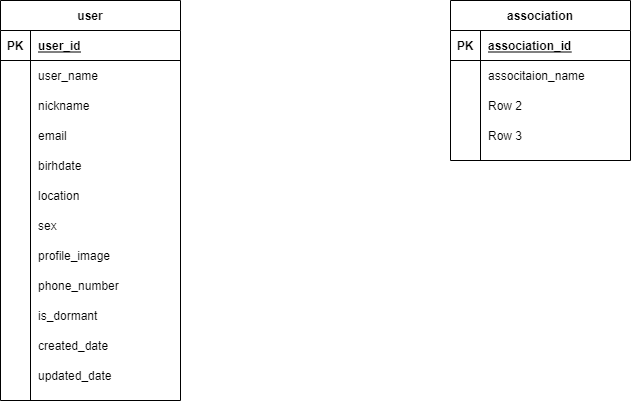
Earlier version of the draw.io export Untitled Diagram.drawio.png (CYC0227/lab). Source tidied: cells renumbered, new cells last; positions are measured from the earlier drawing's top-left corner, leaving out a move shared by most shapes.
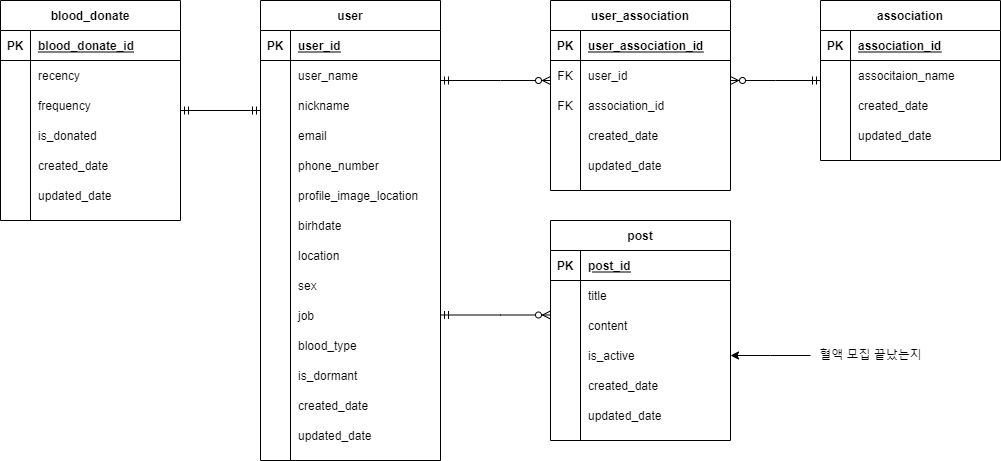
Above is the later version.

What changed in the source:
```diff
@@ -5,3 +5,3 @@
     <mxCell id="2" value="user" style="shape=table;startSize=30;rowLines=0;fontStyle=1;align=center;" parent="1" vertex="1">
-      <mxGeometry width="180" height="400" as="geometry" />
+      <mxGeometry width="180" height="460" as="geometry" />
     </mxCell>
@@ -43,4 +43,22 @@
     </mxCell>
+    <mxCell id="27" style="shape=partialRectangle;fillColor=none;top=0;left=0;bottom=0;right=0;" parent="2" vertex="1">
+      <mxGeometry y="150" width="180" height="30" as="geometry" />
+    </mxCell>
+    <mxCell id="28" style="shape=partialRectangle;fillColor=none;top=0;left=0;bottom=0;right=0;overflow=hidden;" parent="27" vertex="1">
+      <mxGeometry width="30" height="30" as="geometry" />
+    </mxCell>
+    <mxCell id="29" value="phone_number" style="shape=partialRectangle;fillColor=none;top=0;left=0;bottom=0;right=0;align=left;spacingLeft=6;overflow=hidden;" parent="27" vertex="1">
+      <mxGeometry x="30" width="150" height="30" as="geometry" />
+    </mxCell>
+    <mxCell id="24" style="shape=partialRectangle;fillColor=none;top=0;left=0;bottom=0;right=0;" parent="2" vertex="1">
+      <mxGeometry y="180" width="180" height="30" as="geometry" />
+    </mxCell>
+    <mxCell id="25" style="shape=partialRectangle;fillColor=none;top=0;left=0;bottom=0;right=0;overflow=hidden;" parent="24" vertex="1">
+      <mxGeometry width="30" height="30" as="geometry" />
+    </mxCell>
+    <mxCell id="26" value="profile_image_location" style="shape=partialRectangle;fillColor=none;top=0;left=0;bottom=0;right=0;align=left;spacingLeft=6;overflow=hidden;" parent="24" vertex="1">
+      <mxGeometry x="30" width="150" height="30" as="geometry" />
+    </mxCell>
     <mxCell id="15" style="shape=partialRectangle;fillColor=none;top=0;left=0;bottom=0;right=0;" parent="2" vertex="1">
-      <mxGeometry y="150" width="180" height="30" as="geometry" />
+      <mxGeometry y="210" width="180" height="30" as="geometry" />
     </mxCell>
@@ -53,3 +71,3 @@
     <mxCell id="18" style="shape=partialRectangle;fillColor=none;top=0;left=0;bottom=0;right=0;" parent="2" vertex="1">
-      <mxGeometry y="180" width="180" height="30" as="geometry" />
+      <mxGeometry y="240" width="180" height="30" as="geometry" />
     </mxCell>
@@ -62,3 +80,3 @@
     <mxCell id="21" style="shape=partialRectangle;fillColor=none;top=0;left=0;bottom=0;right=0;" parent="2" vertex="1">
-      <mxGeometry y="210" width="180" height="30" as="geometry" />
+      <mxGeometry y="270" width="180" height="30" as="geometry" />
     </mxCell>
@@ -70,22 +88,22 @@
     </mxCell>
-    <mxCell id="24" style="shape=partialRectangle;fillColor=none;top=0;left=0;bottom=0;right=0;" parent="2" vertex="1">
-      <mxGeometry y="240" width="180" height="30" as="geometry" />
-    </mxCell>
-    <mxCell id="25" style="shape=partialRectangle;fillColor=none;top=0;left=0;bottom=0;right=0;overflow=hidden;" parent="24" vertex="1">
-      <mxGeometry width="30" height="30" as="geometry" />
-    </mxCell>
-    <mxCell id="26" value="profile_image" style="shape=partialRectangle;fillColor=none;top=0;left=0;bottom=0;right=0;align=left;spacingLeft=6;overflow=hidden;" parent="24" vertex="1">
-      <mxGeometry x="30" width="150" height="30" as="geometry" />
-    </mxCell>
-    <mxCell id="27" style="shape=partialRectangle;fillColor=none;top=0;left=0;bottom=0;right=0;" parent="2" vertex="1">
-      <mxGeometry y="270" width="180" height="30" as="geometry" />
-    </mxCell>
-    <mxCell id="28" style="shape=partialRectangle;fillColor=none;top=0;left=0;bottom=0;right=0;overflow=hidden;" parent="27" vertex="1">
-      <mxGeometry width="30" height="30" as="geometry" />
-    </mxCell>
-    <mxCell id="29" value="phone_number" style="shape=partialRectangle;fillColor=none;top=0;left=0;bottom=0;right=0;align=left;spacingLeft=6;overflow=hidden;" parent="27" vertex="1">
-      <mxGeometry x="30" width="150" height="30" as="geometry" />
-    </mxCell>
+    <mxCell id="52" style="shape=partialRectangle;fillColor=none;top=0;left=0;bottom=0;right=0;" parent="2" vertex="1">
+      <mxGeometry y="300" width="180" height="30" as="geometry" />
+    </mxCell>
+    <mxCell id="53" style="shape=partialRectangle;fillColor=none;top=0;left=0;bottom=0;right=0;overflow=hidden;" parent="52" vertex="1">
+      <mxGeometry width="30" height="30" as="geometry" />
+    </mxCell>
+    <mxCell id="54" value="job" style="shape=partialRectangle;fillColor=none;top=0;left=0;bottom=0;right=0;align=left;spacingLeft=6;overflow=hidden;" parent="52" vertex="1">
+      <mxGeometry x="30" width="150" height="30" as="geometry" />
+    </mxCell>
+    <mxCell id="55" style="shape=partialRectangle;fillColor=none;top=0;left=0;bottom=0;right=0;" parent="2" vertex="1">
+      <mxGeometry y="330" width="180" height="30" as="geometry" />
+    </mxCell>
+    <mxCell id="56" style="shape=partialRectangle;fillColor=none;top=0;left=0;bottom=0;right=0;overflow=hidden;" parent="55" vertex="1">
+      <mxGeometry width="30" height="30" as="geometry" />
+    </mxCell>
+    <mxCell id="57" value="blood_type" style="shape=partialRectangle;fillColor=none;top=0;left=0;bottom=0;right=0;align=left;spacingLeft=6;overflow=hidden;" parent="55" vertex="1">
+      <mxGeometry x="30" width="150" height="30" as="geometry" />
+    </mxCell>
     <mxCell id="30" style="shape=partialRectangle;fillColor=none;top=0;left=0;bottom=0;right=0;" parent="2" vertex="1">
-      <mxGeometry y="300" width="180" height="30" as="geometry" />
+      <mxGeometry y="360" width="180" height="30" as="geometry" />
     </mxCell>
@@ -98,3 +116,3 @@
     <mxCell id="33" style="shape=partialRectangle;fillColor=none;top=0;left=0;bottom=0;right=0;" parent="2" vertex="1">
-      <mxGeometry y="330" width="180" height="30" as="geometry" />
+      <mxGeometry y="390" width="180" height="30" as="geometry" />
     </mxCell>
@@ -107,3 +125,3 @@
     <mxCell id="36" style="shape=partialRectangle;fillColor=none;top=0;left=0;bottom=0;right=0;" parent="2" vertex="1">
-      <mxGeometry y="360" width="180" height="30" as="geometry" />
+      <mxGeometry y="420" width="180" height="30" as="geometry" />
     </mxCell>
@@ -116,3 +134,3 @@
     <mxCell id="39" value="association" style="shape=table;startSize=30;rowLines=0;fontStyle=1;align=center;" parent="1" vertex="1">
-      <mxGeometry x="450" width="180" height="160" as="geometry" />
+      <mxGeometry x="560" width="180" height="160" as="geometry" />
     </mxCell>
@@ -142,3 +160,3 @@
     </mxCell>
-    <mxCell id="48" value="Row 2" style="shape=partialRectangle;fillColor=none;top=0;left=0;bottom=0;right=0;align=left;spacingLeft=6;overflow=hidden;" parent="46" vertex="1">
+    <mxCell id="48" value="created_date" style="shape=partialRectangle;fillColor=none;top=0;left=0;bottom=0;right=0;align=left;spacingLeft=6;overflow=hidden;" parent="46" vertex="1">
       <mxGeometry x="30" width="150" height="30" as="geometry" />
@@ -151,5 +169,204 @@
     </mxCell>
-    <mxCell id="51" value="Row 3" style="shape=partialRectangle;fillColor=none;top=0;left=0;bottom=0;right=0;align=left;spacingLeft=6;overflow=hidden;" parent="49" vertex="1">
+    <mxCell id="51" value="updated_date" style="shape=partialRectangle;fillColor=none;top=0;left=0;bottom=0;right=0;align=left;spacingLeft=6;overflow=hidden;" parent="49" vertex="1">
       <mxGeometry x="30" width="150" height="30" as="geometry" />
     </mxCell>
+    <mxCell id="58" value="user_association" style="shape=table;startSize=30;rowLines=0;fontStyle=1;align=center;" parent="1" vertex="1">
+      <mxGeometry x="290" width="180" height="190" as="geometry" />
+    </mxCell>
+    <mxCell id="59" style="shape=partialRectangle;fillColor=none;top=0;left=0;bottom=1;right=0;" parent="58" vertex="1">
+      <mxGeometry y="30" width="180" height="30" as="geometry" />
+    </mxCell>
+    <mxCell id="60" value="PK" style="shape=partialRectangle;fillColor=none;top=0;left=0;bottom=0;right=0;fontStyle=1;overflow=hidden;" parent="59" vertex="1">
+      <mxGeometry width="30" height="30" as="geometry" />
+    </mxCell>
+    <mxCell id="61" value="user_association_id" style="shape=partialRectangle;fillColor=none;top=0;left=0;bottom=0;right=0;align=left;spacingLeft=6;fontStyle=5;overflow=hidden;" parent="59" vertex="1">
+      <mxGeometry x="30" width="150" height="30" as="geometry" />
+    </mxCell>
+    <mxCell id="62" style="shape=partialRectangle;fillColor=none;top=0;left=0;bottom=0;right=0;" parent="58" vertex="1">
+      <mxGeometry y="60" width="180" height="30" as="geometry" />
+    </mxCell>
+    <mxCell id="63" value="FK" style="shape=partialRectangle;fillColor=none;top=0;left=0;bottom=0;right=0;overflow=hidden;" parent="62" vertex="1">
+      <mxGeometry width="30" height="30" as="geometry" />
+    </mxCell>
+    <mxCell id="64" value="user_id" style="shape=partialRectangle;fillColor=none;top=0;left=0;bottom=0;right=0;align=left;spacingLeft=6;overflow=hidden;" parent="62" vertex="1">
+      <mxGeometry x="30" width="150" height="30" as="geometry" />
+    </mxCell>
+    <mxCell id="65" style="shape=partialRectangle;fillColor=none;top=0;left=0;bottom=0;right=0;" parent="58" vertex="1">
+      <mxGeometry y="90" width="180" height="30" as="geometry" />
+    </mxCell>
+    <mxCell id="66" value="FK" style="shape=partialRectangle;fillColor=none;top=0;left=0;bottom=0;right=0;overflow=hidden;" parent="65" vertex="1">
+      <mxGeometry width="30" height="30" as="geometry" />
+    </mxCell>
+    <mxCell id="67" value="association_id" style="shape=partialRectangle;fillColor=none;top=0;left=0;bottom=0;right=0;align=left;spacingLeft=6;overflow=hidden;" parent="65" vertex="1">
+      <mxGeometry x="30" width="150" height="30" as="geometry" />
+    </mxCell>
+    <mxCell id="68" style="shape=partialRectangle;fillColor=none;top=0;left=0;bottom=0;right=0;" parent="58" vertex="1">
+      <mxGeometry y="120" width="180" height="30" as="geometry" />
+    </mxCell>
+    <mxCell id="69" style="shape=partialRectangle;fillColor=none;top=0;left=0;bottom=0;right=0;overflow=hidden;" parent="68" vertex="1">
+      <mxGeometry width="30" height="30" as="geometry" />
+    </mxCell>
+    <mxCell id="70" value="created_date" style="shape=partialRectangle;fillColor=none;top=0;left=0;bottom=0;right=0;align=left;spacingLeft=6;overflow=hidden;" parent="68" vertex="1">
+      <mxGeometry x="30" width="150" height="30" as="geometry" />
+    </mxCell>
+    <mxCell id="71" style="shape=partialRectangle;fillColor=none;top=0;left=0;bottom=0;right=0;" parent="58" vertex="1">
+      <mxGeometry y="150" width="180" height="30" as="geometry" />
+    </mxCell>
+    <mxCell id="72" style="shape=partialRectangle;fillColor=none;top=0;left=0;bottom=0;right=0;overflow=hidden;" parent="71" vertex="1">
+      <mxGeometry width="30" height="30" as="geometry" />
+    </mxCell>
+    <mxCell id="73" value="updated_date" style="shape=partialRectangle;fillColor=none;top=0;left=0;bottom=0;right=0;align=left;spacingLeft=6;overflow=hidden;" parent="71" vertex="1">
+      <mxGeometry x="30" width="150" height="30" as="geometry" />
+    </mxCell>
+    <mxCell id="74" style="fontSize=12;html=1;endArrow=ERzeroToMany;startArrow=ERmandOne;rounded=0;edgeStyle=elbowEdgeStyle;" parent="1" edge="1" source="2" target="58">
+      <mxGeometry relative="1" as="geometry">
+        <Array as="points">
+          <mxPoint x="240" y="80" />
+          <mxPoint x="220" y="95" />
+        </Array>
+      </mxGeometry>
+    </mxCell>
+    <mxCell id="75" style="edgeStyle=elbowEdgeStyle;fontSize=12;html=1;endArrow=ERzeroToMany;startArrow=ERmandOne;rounded=0;" parent="1" edge="1" source="39" target="58">
+      <mxGeometry relative="1" as="geometry">
+        <Array as="points">
+          <mxPoint x="515" y="80" />
+        </Array>
+      </mxGeometry>
+    </mxCell>
+    <mxCell id="76" value="post" style="shape=table;startSize=30;rowLines=0;fontStyle=1;align=center;" parent="1" vertex="1">
+      <mxGeometry x="290" y="220" width="180" height="220" as="geometry" />
+    </mxCell>
+    <mxCell id="77" style="shape=partialRectangle;fillColor=none;top=0;left=0;bottom=1;right=0;" parent="76" vertex="1">
+      <mxGeometry y="30" width="180" height="30" as="geometry" />
+    </mxCell>
+    <mxCell id="78" value="PK" style="shape=partialRectangle;fillColor=none;top=0;left=0;bottom=0;right=0;fontStyle=1;overflow=hidden;" parent="77" vertex="1">
+      <mxGeometry width="30" height="30" as="geometry" />
+    </mxCell>
+    <mxCell id="79" value="post_id" style="shape=partialRectangle;fillColor=none;top=0;left=0;bottom=0;right=0;align=left;spacingLeft=6;fontStyle=5;overflow=hidden;" parent="77" vertex="1">
+      <mxGeometry x="30" width="150" height="30" as="geometry" />
+    </mxCell>
+    <mxCell id="80" style="shape=partialRectangle;fillColor=none;top=0;left=0;bottom=0;right=0;" parent="76" vertex="1">
+      <mxGeometry y="60" width="180" height="30" as="geometry" />
+    </mxCell>
+    <mxCell id="81" style="shape=partialRectangle;fillColor=none;top=0;left=0;bottom=0;right=0;overflow=hidden;" parent="80" vertex="1">
+      <mxGeometry width="30" height="30" as="geometry" />
+    </mxCell>
+    <mxCell id="82" value="title" style="shape=partialRectangle;fillColor=none;top=0;left=0;bottom=0;right=0;align=left;spacingLeft=6;overflow=hidden;" parent="80" vertex="1">
+      <mxGeometry x="30" width="150" height="30" as="geometry" />
+    </mxCell>
+    <mxCell id="83" style="shape=partialRectangle;fillColor=none;top=0;left=0;bottom=0;right=0;" parent="76" vertex="1">
+      <mxGeometry y="90" width="180" height="30" as="geometry" />
+    </mxCell>
+    <mxCell id="84" style="shape=partialRectangle;fillColor=none;top=0;left=0;bottom=0;right=0;overflow=hidden;" parent="83" vertex="1">
+      <mxGeometry width="30" height="30" as="geometry" />
+    </mxCell>
+    <mxCell id="85" value="content" style="shape=partialRectangle;fillColor=none;top=0;left=0;bottom=0;right=0;align=left;spacingLeft=6;overflow=hidden;" parent="83" vertex="1">
+      <mxGeometry x="30" width="150" height="30" as="geometry" />
+    </mxCell>
+    <mxCell id="86" style="shape=partialRectangle;fillColor=none;top=0;left=0;bottom=0;right=0;points=[[0,0.5],[1,0.5]];portConstraint=eastwest;" parent="76" vertex="1">
+      <mxGeometry y="120" width="180" height="30" as="geometry" />
+    </mxCell>
+    <mxCell id="87" style="shape=partialRectangle;fillColor=none;top=0;left=0;bottom=0;right=0;overflow=hidden;" parent="86" vertex="1">
+      <mxGeometry width="30" height="30" as="geometry" />
+    </mxCell>
+    <mxCell id="88" value="is_active" style="shape=partialRectangle;fillColor=none;top=0;left=0;bottom=0;right=0;align=left;spacingLeft=6;overflow=hidden;" parent="86" vertex="1">
+      <mxGeometry x="30" width="150" height="30" as="geometry" />
+    </mxCell>
+    <mxCell id="89" style="shape=partialRectangle;fillColor=none;top=0;left=0;bottom=0;right=0;" parent="76" vertex="1">
+      <mxGeometry y="150" width="180" height="30" as="geometry" />
+    </mxCell>
+    <mxCell id="90" style="shape=partialRectangle;fillColor=none;top=0;left=0;bottom=0;right=0;overflow=hidden;" parent="89" vertex="1">
+      <mxGeometry width="30" height="30" as="geometry" />
+    </mxCell>
+    <mxCell id="91" value="created_date" style="shape=partialRectangle;fillColor=none;top=0;left=0;bottom=0;right=0;align=left;spacingLeft=6;overflow=hidden;" parent="89" vertex="1">
+      <mxGeometry x="30" width="150" height="30" as="geometry" />
+    </mxCell>
+    <mxCell id="92" style="shape=partialRectangle;fillColor=none;top=0;left=0;bottom=0;right=0;" parent="76" vertex="1">
+      <mxGeometry y="180" width="180" height="30" as="geometry" />
+    </mxCell>
+    <mxCell id="93" style="shape=partialRectangle;fillColor=none;top=0;left=0;bottom=0;right=0;overflow=hidden;" parent="92" vertex="1">
+      <mxGeometry width="30" height="30" as="geometry" />
+    </mxCell>
+    <mxCell id="94" value="updated_date" style="shape=partialRectangle;fillColor=none;top=0;left=0;bottom=0;right=0;align=left;spacingLeft=6;overflow=hidden;" parent="92" vertex="1">
+      <mxGeometry x="30" width="150" height="30" as="geometry" />
+    </mxCell>
+    <mxCell id="95" style="fontSize=12;html=1;endArrow=ERzeroToMany;startArrow=ERmandOne;rounded=0;edgeStyle=elbowEdgeStyle;" parent="1" edge="1" source="2" target="76">
+      <mxGeometry relative="1" as="geometry">
+        <Array as="points">
+          <mxPoint x="240" y="314.5" />
+          <mxPoint x="220" y="329.5" />
+        </Array>
+      </mxGeometry>
+    </mxCell>
+    <mxCell id="96" style="edgeStyle=elbowEdgeStyle;rounded=0;jettySize=auto;html=1;" parent="1" edge="1" source="97" target="86">
+      <mxGeometry relative="1" as="geometry" />
+    </mxCell>
+    <mxCell id="97" value="혈액 모집 끝났는지" style="text;html=1;align=center;verticalAlign=middle;points=[];strokeColor=none;fillColor=none;" parent="1" vertex="1">
+      <mxGeometry x="550" y="345" width="120" height="20" as="geometry" />
+    </mxCell>
+    <mxCell id="98" value="blood_donate" style="shape=table;startSize=30;rowLines=0;fontStyle=1;align=center;" parent="1" vertex="1">
+      <mxGeometry x="-260" width="180" height="220" as="geometry" />
+    </mxCell>
+    <mxCell id="99" style="shape=partialRectangle;fillColor=none;top=0;left=0;bottom=1;right=0;" parent="98" vertex="1">
+      <mxGeometry y="30" width="180" height="30" as="geometry" />
+    </mxCell>
+    <mxCell id="100" value="PK" style="shape=partialRectangle;fillColor=none;top=0;left=0;bottom=0;right=0;fontStyle=1;overflow=hidden;" parent="99" vertex="1">
+      <mxGeometry width="30" height="30" as="geometry" />
+    </mxCell>
+    <mxCell id="101" value="blood_donate_id" style="shape=partialRectangle;fillColor=none;top=0;left=0;bottom=0;right=0;align=left;spacingLeft=6;fontStyle=5;overflow=hidden;" parent="99" vertex="1">
+      <mxGeometry x="30" width="150" height="30" as="geometry" />
+    </mxCell>
+    <mxCell id="102" style="shape=partialRectangle;fillColor=none;top=0;left=0;bottom=0;right=0;" parent="98" vertex="1">
+      <mxGeometry y="60" width="180" height="30" as="geometry" />
+    </mxCell>
+    <mxCell id="103" style="shape=partialRectangle;fillColor=none;top=0;left=0;bottom=0;right=0;overflow=hidden;" parent="102" vertex="1">
+      <mxGeometry width="30" height="30" as="geometry" />
+    </mxCell>
+    <mxCell id="104" value="recency" style="shape=partialRectangle;fillColor=none;top=0;left=0;bottom=0;right=0;align=left;spacingLeft=6;overflow=hidden;" parent="102" vertex="1">
+      <mxGeometry x="30" width="150" height="30" as="geometry" />
+    </mxCell>
+    <mxCell id="105" style="shape=partialRectangle;fillColor=none;top=0;left=0;bottom=0;right=0;" parent="98" vertex="1">
+      <mxGeometry y="90" width="180" height="30" as="geometry" />
+    </mxCell>
+    <mxCell id="106" style="shape=partialRectangle;fillColor=none;top=0;left=0;bottom=0;right=0;overflow=hidden;" parent="105" vertex="1">
+      <mxGeometry width="30" height="30" as="geometry" />
+    </mxCell>
+    <mxCell id="107" value="frequency" style="shape=partialRectangle;fillColor=none;top=0;left=0;bottom=0;right=0;align=left;spacingLeft=6;overflow=hidden;" parent="105" vertex="1">
+      <mxGeometry x="30" width="150" height="30" as="geometry" />
+    </mxCell>
+    <mxCell id="108" style="shape=partialRectangle;fillColor=none;top=0;left=0;bottom=0;right=0;" parent="98" vertex="1">
+      <mxGeometry y="120" width="180" height="30" as="geometry" />
+    </mxCell>
+    <mxCell id="109" style="shape=partialRectangle;fillColor=none;top=0;left=0;bottom=0;right=0;overflow=hidden;" parent="108" vertex="1">
+      <mxGeometry width="30" height="30" as="geometry" />
+    </mxCell>
+    <mxCell id="110" value="is_donated " style="shape=partialRectangle;fillColor=none;top=0;left=0;bottom=0;right=0;align=left;spacingLeft=6;overflow=hidden;" parent="108" vertex="1">
+      <mxGeometry x="30" width="150" height="30" as="geometry" />
+    </mxCell>
+    <mxCell id="111" style="shape=partialRectangle;fillColor=none;top=0;left=0;bottom=0;right=0;" parent="98" vertex="1">
+      <mxGeometry y="150" width="180" height="30" as="geometry" />
+    </mxCell>
+    <mxCell id="112" style="shape=partialRectangle;fillColor=none;top=0;left=0;bottom=0;right=0;overflow=hidden;" parent="111" vertex="1">
+      <mxGeometry width="30" height="30" as="geometry" />
+    </mxCell>
+    <mxCell id="113" value="created_date" style="shape=partialRectangle;fillColor=none;top=0;left=0;bottom=0;right=0;align=left;spacingLeft=6;overflow=hidden;" parent="111" vertex="1">
+      <mxGeometry x="30" width="150" height="30" as="geometry" />
+    </mxCell>
+    <mxCell id="114" style="shape=partialRectangle;fillColor=none;top=0;left=0;bottom=0;right=0;" parent="98" vertex="1">
+      <mxGeometry y="180" width="180" height="30" as="geometry" />
+    </mxCell>
+    <mxCell id="115" style="shape=partialRectangle;fillColor=none;top=0;left=0;bottom=0;right=0;overflow=hidden;" parent="114" vertex="1">
+      <mxGeometry width="30" height="30" as="geometry" />
+    </mxCell>
+    <mxCell id="116" value="updated_date" style="shape=partialRectangle;fillColor=none;top=0;left=0;bottom=0;right=0;align=left;spacingLeft=6;overflow=hidden;" parent="114" vertex="1">
+      <mxGeometry x="30" width="150" height="30" as="geometry" />
+    </mxCell>
+    <mxCell id="117" style="edgeStyle=orthogonalEdgeStyle;fontSize=12;html=1;endArrow=ERmandOne;startArrow=ERmandOne;rounded=0;" parent="1" edge="1" source="98" target="2">
+      <mxGeometry relative="1" as="geometry">
+        <Array as="points">
+          <mxPoint x="-10" y="110" />
+          <mxPoint x="-10" y="110" />
+        </Array>
+      </mxGeometry>
+    </mxCell>
   </root>
```
